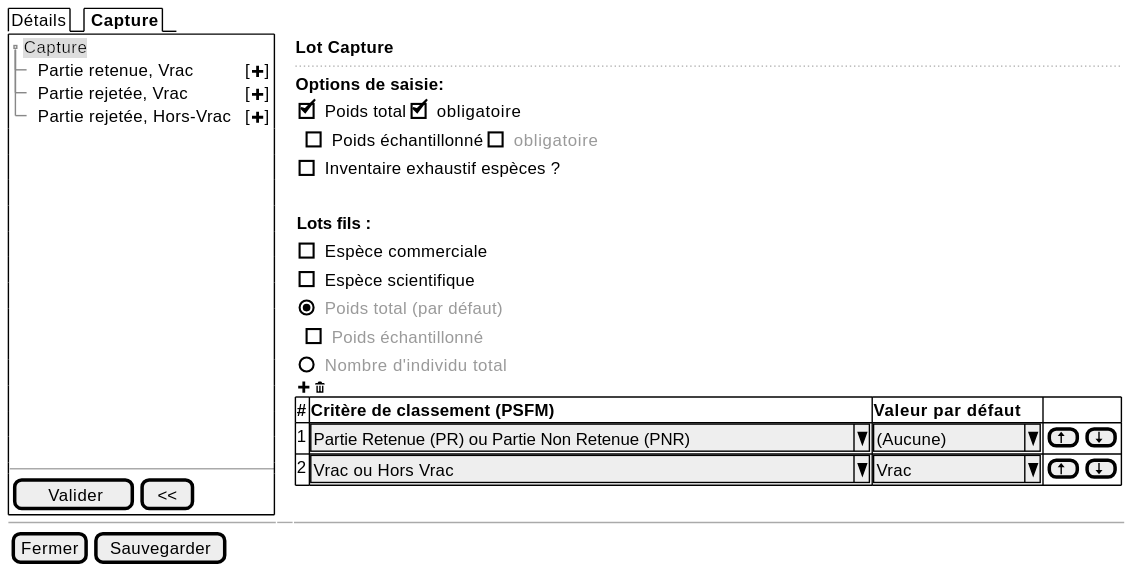
This is projects/obsmer/spe/images/batch/model/batch-tree-edit-1.svg from sumaris-net/sumaris-doc, a PlantUML export, as it was before one commit. Its source is kept beside it as projects/obsmer/spe/images/batch/model/batch-tree-edit-1.puml. Source of this version:
```plantuml
@startsalt
{
  {/ Détails | <b> Capture }
  {+
    {T
         + <back:#DDD>Capture        | .
         ++ Partie retenue, Vrac     | [<&plus>]
         ++ Partie rejetée, Vrac     | [<&plus>]
         ++ Partie rejetée, Hors-Vrac| [<&plus>]
    }
    .
    .
    .
    .
    .
    .
    .
    .
    .
    .
    .
    .
    .
    --
    {
       [<&checkmark> Valider] | [ << ]
    }
  } | . | {
    <b>Lot Capture
    ..

    <b>Options de saisie:

    { [X] Poids total | [X] obligatoire }
    { . |  [ ] Poids échantillonné | [ ] <color:#9a9a9a>obligatoire }

    { [ ] Inventaire exhaustif espèces ? }

    .

    {<b>Lots fils : }

    { [ ] Espèce commerciale }

    { [ ] Espèce scientifique }

    { (X) <color:#9a9a9a>Poids total (par défaut) }
    { . |  [ ] <color:#9a9a9a>Poids échantillonné }

    { ( ) <color:#9a9a9a>Nombre d'individu total }

    {<&plus> | <&trash> }
    {#
      <b># | <b>Critère de classement (PSFM) | <b>Valeur par défaut | .
      1 | ^Partie Retenue (PR) ou Partie Non Retenue (PNR) ^ | ^(Aucune)     ^ | {[<&arrow-top>] | [<&arrow-bottom>]}
      2 | ^Vrac ou Hors Vrac                               ^ | ^Vrac         ^ | {[<&arrow-top>] | [<&arrow-bottom>]}
    }
  }

  -- | -- | --
  { [Fermer] | [Sauvegarder] }
}
@endsalt
```
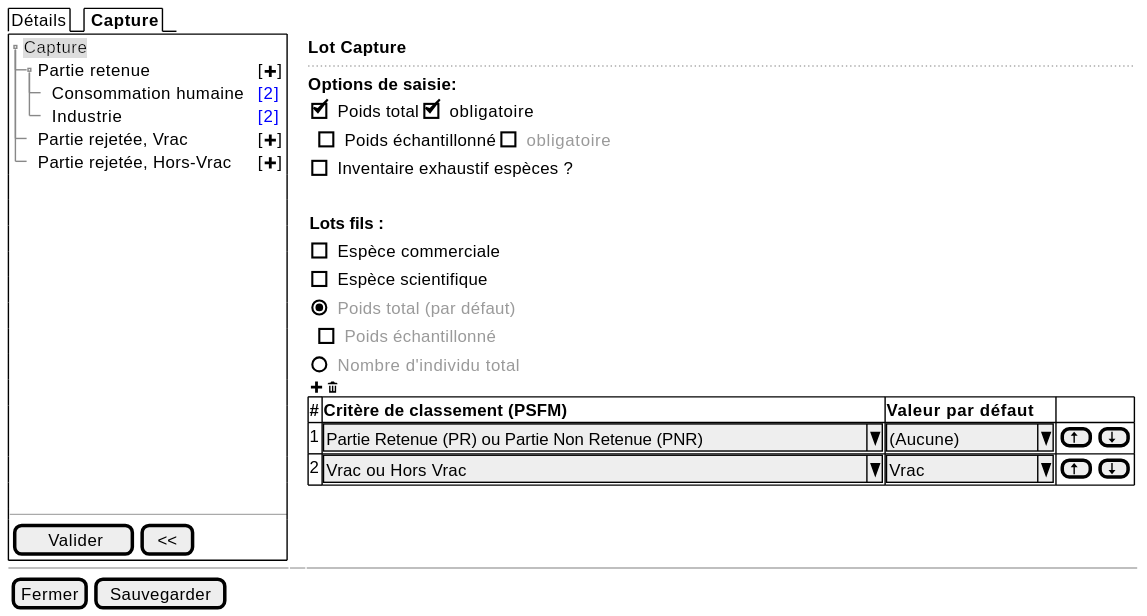
After the change.

Commit message:
enh(obsmer): Spe: add new screens for batch species

Change to the diagram source:
```diff
@@ -4,7 +4,9 @@
   {+
     {T
          + <back:#DDD>Capture        | .
-         ++ Partie retenue, Vrac     | [<&plus>]
+         ++ Partie retenue     | [<&plus>]
+       +++ Consommation humaine | <color:blue>[2]
+       +++ Industrie | <color:blue>[2]
          ++ Partie rejetée, Vrac     | [<&plus>]
          ++ Partie rejetée, Hors-Vrac| [<&plus>]
     }
```
